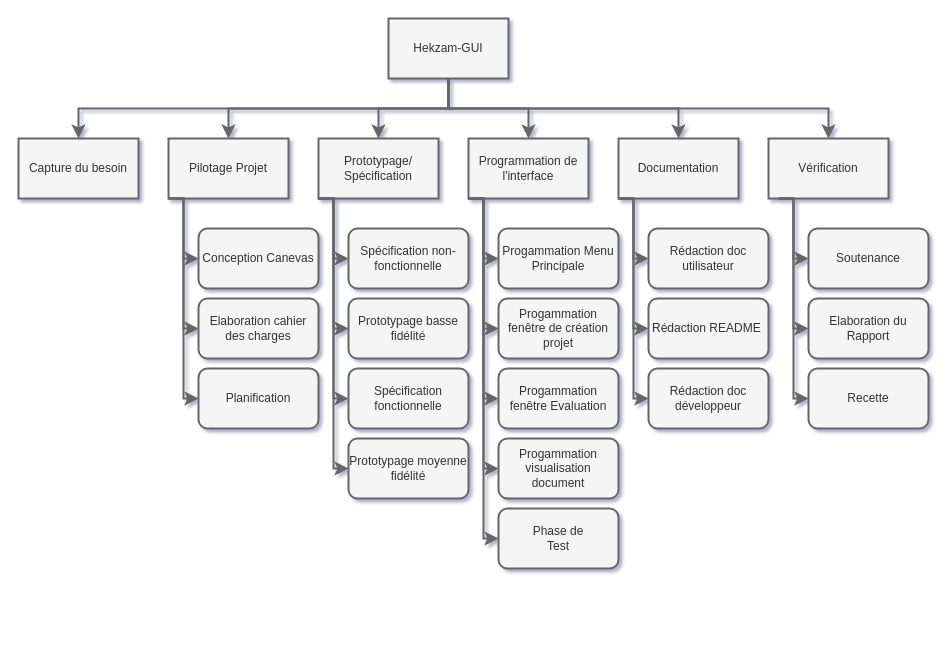
VisionOfEmpire97/suiviProjetHekzamGUI keeps this draw.io diagram as page "WBS" (1 of 3) of typ sources/wbs.drawio. Above is the earlier version. Source tidied: cells renumbered, new cells numbered last; positions are measured from the earlier drawing's top-left corner, leaving out a move shared by most shapes. Both pictures are drawn from the tidied source at 100%, with x=0, y=0 at pixel (18, 18).
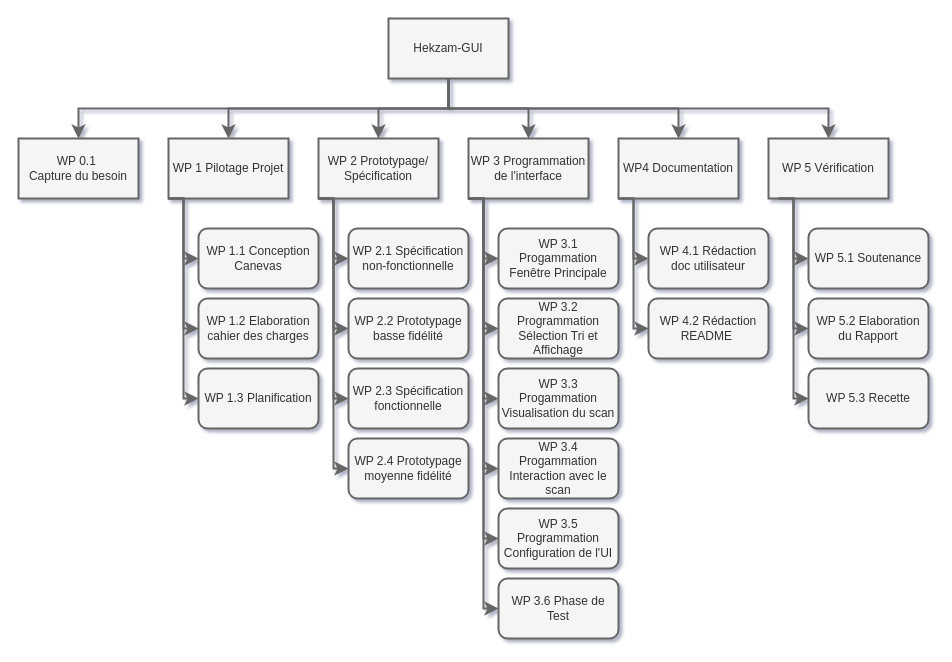
The same diagram, later.

Change to the diagram source:
```diff
@@
-    <mxCell id="3" value="Capture du besoin" style="rounded=0;whiteSpace=wrap;fillColor=#f5f5f5;fontColor=#333333;strokeColor=#666666;strokeWidth=2;html=1;" parent="1" vertex="1">
+    <mxCell id="3" value="WP 0.1&amp;nbsp;&lt;div&gt;Capture du besoin&lt;/div&gt;" style="rounded=0;whiteSpace=wrap;fillColor=#f5f5f5;fontColor=#333333;strokeColor=#666666;strokeWidth=2;html=1;" parent="1" vertex="1">
       <mxGeometry y="120" width="120" height="60" as="geometry" />
     </mxCell>
-    <mxCell id="4" value="Prototypage/&lt;br&gt;Spécification" style="rounded=0;whiteSpace=wrap;fillColor=#f5f5f5;fontColor=#333333;strokeColor=#666666;strokeWidth=2;html=1;" parent="1" vertex="1">
+    <mxCell id="4" value="WP 2 Prototypage/&lt;br&gt;Spécification" style="rounded=0;whiteSpace=wrap;fillColor=#f5f5f5;fontColor=#333333;strokeColor=#666666;strokeWidth=2;html=1;" parent="1" vertex="1">
       <mxGeometry x="300" y="120" width="120" height="60" as="geometry" />
     </mxCell>
-    <mxCell id="5" value="Programmation de l&amp;#39;interface" style="rounded=0;whiteSpace=wrap;fillColor=#f5f5f5;fontColor=#333333;strokeColor=#666666;strokeWidth=2;html=1;" parent="1" vertex="1">
+    <mxCell id="5" value="WP 3 Programmation de l'interface" style="rounded=0;whiteSpace=wrap;fillColor=#f5f5f5;fontColor=#333333;strokeColor=#666666;strokeWidth=2;html=1;" parent="1" vertex="1">
       <mxGeometry x="450" y="120" width="120" height="60" as="geometry" />
     </mxCell>
-    <mxCell id="6" value="Documentation" style="rounded=0;whiteSpace=wrap;fillColor=#f5f5f5;fontColor=#333333;strokeColor=#666666;strokeWidth=2;html=1;" parent="1" vertex="1">
+    <mxCell id="6" value="WP4 Documentation" style="rounded=0;whiteSpace=wrap;fillColor=#f5f5f5;fontColor=#333333;strokeColor=#666666;strokeWidth=2;html=1;" parent="1" vertex="1">
       <mxGeometry x="600" y="120" width="120" height="60" as="geometry" />
     </mxCell>
-    <mxCell id="7" value="Vérification" style="rounded=0;whiteSpace=wrap;fillColor=#f5f5f5;fontColor=#333333;strokeColor=#666666;strokeWidth=2;html=1;" parent="1" vertex="1">
+    <mxCell id="7" value="WP 5&amp;nbsp;&lt;span style=&quot;background-color: initial;&quot;&gt;Vérification&lt;/span&gt;" style="rounded=0;whiteSpace=wrap;fillColor=#f5f5f5;fontColor=#333333;strokeColor=#666666;strokeWidth=2;html=1;" parent="1" vertex="1">
       <mxGeometry x="750" y="120" width="120" height="60" as="geometry" />
     </mxCell>
@@
-    <mxCell id="13" value="Spécification non-fonctionnelle" style="rounded=1;whiteSpace=wrap;fillColor=#f5f5f5;fontColor=#333333;strokeColor=#666666;strokeWidth=2;html=1;" parent="1" vertex="1">
+    <mxCell id="13" value="WP 2.1 Spécification non-fonctionnelle" style="rounded=1;whiteSpace=wrap;fillColor=#f5f5f5;fontColor=#333333;strokeColor=#666666;strokeWidth=2;html=1;" parent="1" vertex="1">
       <mxGeometry x="330" y="210" width="120" height="60" as="geometry" />
     </mxCell>
-    <mxCell id="14" value="Prototypage basse fidélité" style="rounded=1;whiteSpace=wrap;fillColor=#f5f5f5;fontColor=#333333;strokeColor=#666666;strokeWidth=2;html=1;" parent="1" vertex="1">
+    <mxCell id="14" value="WP 2.2 Prototypage basse fidélité" style="rounded=1;whiteSpace=wrap;fillColor=#f5f5f5;fontColor=#333333;strokeColor=#666666;strokeWidth=2;html=1;" parent="1" vertex="1">
       <mxGeometry x="330" y="280" width="120" height="60" as="geometry" />
     </mxCell>
-    <mxCell id="15" value="Spécification fonctionnelle" style="rounded=1;whiteSpace=wrap;fillColor=#f5f5f5;fontColor=#333333;strokeColor=#666666;strokeWidth=2;html=1;" parent="1" vertex="1">
+    <mxCell id="15" value="WP 2.3 Spécification fonctionnelle" style="rounded=1;whiteSpace=wrap;fillColor=#f5f5f5;fontColor=#333333;strokeColor=#666666;strokeWidth=2;html=1;" parent="1" vertex="1">
       <mxGeometry x="330" y="350" width="120" height="60" as="geometry" />
     </mxCell>
-    <mxCell id="16" value="Prototypage moyenne fidélité" style="rounded=1;whiteSpace=wrap;fillColor=#f5f5f5;fontColor=#333333;strokeColor=#666666;strokeWidth=2;html=1;" parent="1" vertex="1">
+    <mxCell id="16" value="WP 2.4 Prototypage moyenne fidélité" style="rounded=1;whiteSpace=wrap;fillColor=#f5f5f5;fontColor=#333333;strokeColor=#666666;strokeWidth=2;html=1;" parent="1" vertex="1">
       <mxGeometry x="330" y="420" width="120" height="60" as="geometry" />
     </mxCell>
-    <mxCell id="17" value="Progammation Menu Principale" style="rounded=1;whiteSpace=wrap;fillColor=#f5f5f5;fontColor=#333333;strokeColor=#666666;strokeWidth=2;html=1;" parent="1" vertex="1">
+    <mxCell id="17" value="WP 3.1 Progammation Fenêtre&lt;span style=&quot;background-color: initial;&quot;&gt;&amp;nbsp;Principale&lt;/span&gt;" style="rounded=1;whiteSpace=wrap;fillColor=#f5f5f5;fontColor=#333333;strokeColor=#666666;strokeWidth=2;html=1;" parent="1" vertex="1">
       <mxGeometry x="480" y="210" width="120" height="60" as="geometry" />
     </mxCell>
-    <mxCell id="18" value="Progammation fenêtre de création projet&lt;br&gt;" style="rounded=1;whiteSpace=wrap;fillColor=#f5f5f5;fontColor=#333333;strokeColor=#666666;strokeWidth=2;html=1;" parent="1" vertex="1">
+    <mxCell id="18" value="WP 3.2 Programmation Sélection Tri et Affichage" style="rounded=1;whiteSpace=wrap;fillColor=#f5f5f5;fontColor=#333333;strokeColor=#666666;strokeWidth=2;html=1;" parent="1" vertex="1">
       <mxGeometry x="480" y="280" width="120" height="60" as="geometry" />
     </mxCell>
-    <mxCell id="19" value="Progammation fenêtre Evaluation&lt;br&gt;" style="rounded=1;whiteSpace=wrap;fillColor=#f5f5f5;fontColor=#333333;strokeColor=#666666;strokeWidth=2;html=1;" parent="1" vertex="1">
+    <mxCell id="19" value="WP 3.3 Progammation Visualisation du scan" style="rounded=1;whiteSpace=wrap;fillColor=#f5f5f5;fontColor=#333333;strokeColor=#666666;strokeWidth=2;html=1;" parent="1" vertex="1">
       <mxGeometry x="480" y="350" width="120" height="60" as="geometry" />
     </mxCell>
-    <mxCell id="20" value="Progammation visualisation document" style="rounded=1;whiteSpace=wrap;fillColor=#f5f5f5;fontColor=#333333;strokeColor=#666666;strokeWidth=2;html=1;" parent="1" vertex="1">
+    <mxCell id="20" value="WP 3.4 Progammation Interaction avec le scan" style="rounded=1;whiteSpace=wrap;fillColor=#f5f5f5;fontColor=#333333;strokeColor=#666666;strokeWidth=2;html=1;" parent="1" vertex="1">
       <mxGeometry x="480" y="420" width="120" height="60" as="geometry" />
     </mxCell>
-    <mxCell id="21" value="Pilotage Projet" style="rounded=0;whiteSpace=wrap;fillColor=#f5f5f5;fontColor=#333333;strokeColor=#666666;strokeWidth=2;html=1;" parent="1" vertex="1">
+    <mxCell id="21" value="WP 1 Pilotage Projet" style="rounded=0;whiteSpace=wrap;fillColor=#f5f5f5;fontColor=#333333;strokeColor=#666666;strokeWidth=2;html=1;" parent="1" vertex="1">
       <mxGeometry x="150" y="120" width="120" height="60" as="geometry" />
     </mxCell>
@@
-    <mxCell id="23" value="Elaboration cahier des charges" style="rounded=1;whiteSpace=wrap;fillColor=#f5f5f5;fontColor=#333333;strokeColor=#666666;strokeWidth=2;html=1;" parent="1" vertex="1">
+    <mxCell id="23" value="WP 1.2&amp;nbsp;&lt;span style=&quot;background-color: initial;&quot;&gt;Elaboration cahier des charges&lt;/span&gt;" style="rounded=1;whiteSpace=wrap;fillColor=#f5f5f5;fontColor=#333333;strokeColor=#666666;strokeWidth=2;html=1;" parent="1" vertex="1">
       <mxGeometry x="180" y="280" width="120" height="60" as="geometry" />
     </mxCell>
-    <mxCell id="24" value="Conception Canevas" style="rounded=1;whiteSpace=wrap;fillColor=#f5f5f5;fontColor=#333333;strokeColor=#666666;strokeWidth=2;html=1;" parent="1" vertex="1">
+    <mxCell id="24" value="WP 1.1 Conception Canevas" style="rounded=1;whiteSpace=wrap;fillColor=#f5f5f5;fontColor=#333333;strokeColor=#666666;strokeWidth=2;html=1;" parent="1" vertex="1">
       <mxGeometry x="180" y="210" width="120" height="60" as="geometry" />
     </mxCell>
-    <mxCell id="25" value="Rédaction doc utilisateur" style="rounded=1;whiteSpace=wrap;fillColor=#f5f5f5;fontColor=#333333;strokeColor=#666666;strokeWidth=2;html=1;" parent="1" vertex="1">
+    <mxCell id="25" value="WP 4.1 Rédaction doc utilisateur" style="rounded=1;whiteSpace=wrap;fillColor=#f5f5f5;fontColor=#333333;strokeColor=#666666;strokeWidth=2;html=1;" parent="1" vertex="1">
       <mxGeometry x="630" y="210" width="120" height="60" as="geometry" />
     </mxCell>
-    <mxCell id="26" value="Rédaction README " style="rounded=1;whiteSpace=wrap;fillColor=#f5f5f5;fontColor=#333333;strokeColor=#666666;strokeWidth=2;html=1;" parent="1" vertex="1">
+    <mxCell id="26" value="WP 4.2 Rédaction README&amp;nbsp;" style="rounded=1;whiteSpace=wrap;fillColor=#f5f5f5;fontColor=#333333;strokeColor=#666666;strokeWidth=2;html=1;" parent="1" vertex="1">
       <mxGeometry x="630" y="280" width="120" height="60" as="geometry" />
     </mxCell>
-    <mxCell id="27" value="Rédaction doc développeur" style="rounded=1;whiteSpace=wrap;fillColor=#f5f5f5;fontColor=#333333;strokeColor=#666666;strokeWidth=2;html=1;" parent="1" vertex="1">
-      <mxGeometry x="630" y="350" width="120" height="60" as="geometry" />
-    </mxCell>
@@
-    <mxCell id="37" style="edgeStyle=elbowEdgeStyle;elbow=horizontal;endArrow=classic;curved=0;rounded=0;endSize=8;startSize=8;exitX=0;exitY=1;exitDx=0;exitDy=0;entryX=0;entryY=0.5;entryDx=0;entryDy=0;fillColor=#f5f5f5;strokeColor=#666666;strokeWidth=2;html=1;" parent="1" edge="1">
-      <mxGeometry relative="1" as="geometry">
-        <mxPoint x="600" y="180" as="sourcePoint" />
-        <mxPoint x="630" y="380" as="targetPoint" />
-      </mxGeometry>
-    </mxCell>
@@
-    <mxCell id="41" value="Soutenance" style="rounded=1;whiteSpace=wrap;fillColor=#f5f5f5;fontColor=#333333;strokeColor=#666666;strokeWidth=2;html=1;" parent="1" vertex="1">
+    <mxCell id="41" value="WP 5.1 Soutenance" style="rounded=1;whiteSpace=wrap;fillColor=#f5f5f5;fontColor=#333333;strokeColor=#666666;strokeWidth=2;html=1;" parent="1" vertex="1">
       <mxGeometry x="790" y="210" width="120" height="60" as="geometry" />
     </mxCell>
-    <mxCell id="42" value="Elaboration du Rapport" style="rounded=1;whiteSpace=wrap;fillColor=#f5f5f5;fontColor=#333333;strokeColor=#666666;strokeWidth=2;html=1;" parent="1" vertex="1">
+    <mxCell id="42" value="WP 5.2 Elaboration du Rapport" style="rounded=1;whiteSpace=wrap;fillColor=#f5f5f5;fontColor=#333333;strokeColor=#666666;strokeWidth=2;html=1;" parent="1" vertex="1">
       <mxGeometry x="790" y="280" width="120" height="60" as="geometry" />
     </mxCell>
-    <mxCell id="43" value="Recette" style="rounded=1;whiteSpace=wrap;fillColor=#f5f5f5;fontColor=#333333;strokeColor=#666666;strokeWidth=2;html=1;" parent="1" vertex="1">
+    <mxCell id="43" value="WP 5.3 Recette" style="rounded=1;whiteSpace=wrap;fillColor=#f5f5f5;fontColor=#333333;strokeColor=#666666;strokeWidth=2;html=1;" parent="1" vertex="1">
       <mxGeometry x="790" y="350" width="120" height="60" as="geometry" />
     </mxCell>
@@
-    <mxCell id="47" value="Planification" style="rounded=1;whiteSpace=wrap;fillColor=#f5f5f5;fontColor=#333333;strokeColor=#666666;strokeWidth=2;html=1;" parent="1" vertex="1">
+    <mxCell id="47" value="WP 1.3&amp;nbsp;&lt;span style=&quot;background-color: initial;&quot;&gt;Planification&lt;/span&gt;" style="rounded=1;whiteSpace=wrap;fillColor=#f5f5f5;fontColor=#333333;strokeColor=#666666;strokeWidth=2;html=1;" parent="1" vertex="1">
       <mxGeometry x="180" y="350" width="120" height="60" as="geometry" />
     </mxCell>
@@
-    <mxCell id="49" value="Phase de&lt;br&gt;Test" style="rounded=1;whiteSpace=wrap;fillColor=#f5f5f5;fontColor=#333333;strokeColor=#666666;strokeWidth=2;html=1;" parent="1" vertex="1">
+    <mxCell id="49" value="WP 3.5 Programmation Configuration de l'UI" style="rounded=1;whiteSpace=wrap;fillColor=#f5f5f5;fontColor=#333333;strokeColor=#666666;strokeWidth=2;html=1;" parent="1" vertex="1">
       <mxGeometry x="480" y="490" width="120" height="60" as="geometry" />
     </mxCell>
@@
+    <mxCell id="51" style="edgeStyle=elbowEdgeStyle;elbow=horizontal;endArrow=classic;curved=0;rounded=0;endSize=8;startSize=8;exitX=0;exitY=1;exitDx=0;exitDy=0;fillColor=#f5f5f5;strokeColor=#666666;strokeWidth=2;html=1;entryX=0;entryY=0.5;entryDx=0;entryDy=0;" parent="1" edge="1" target="52">
+      <mxGeometry relative="1" as="geometry">
+        <mxPoint x="450" y="180" as="sourcePoint" />
+      </mxGeometry>
+    </mxCell>
+    <mxCell id="52" value="WP 3.6 Phase de&lt;br&gt;Test" style="rounded=1;whiteSpace=wrap;fillColor=#f5f5f5;fontColor=#333333;strokeColor=#666666;strokeWidth=2;html=1;" parent="1" vertex="1">
+      <mxGeometry x="480" y="560" width="120" height="60" as="geometry" />
+    </mxCell>
```
